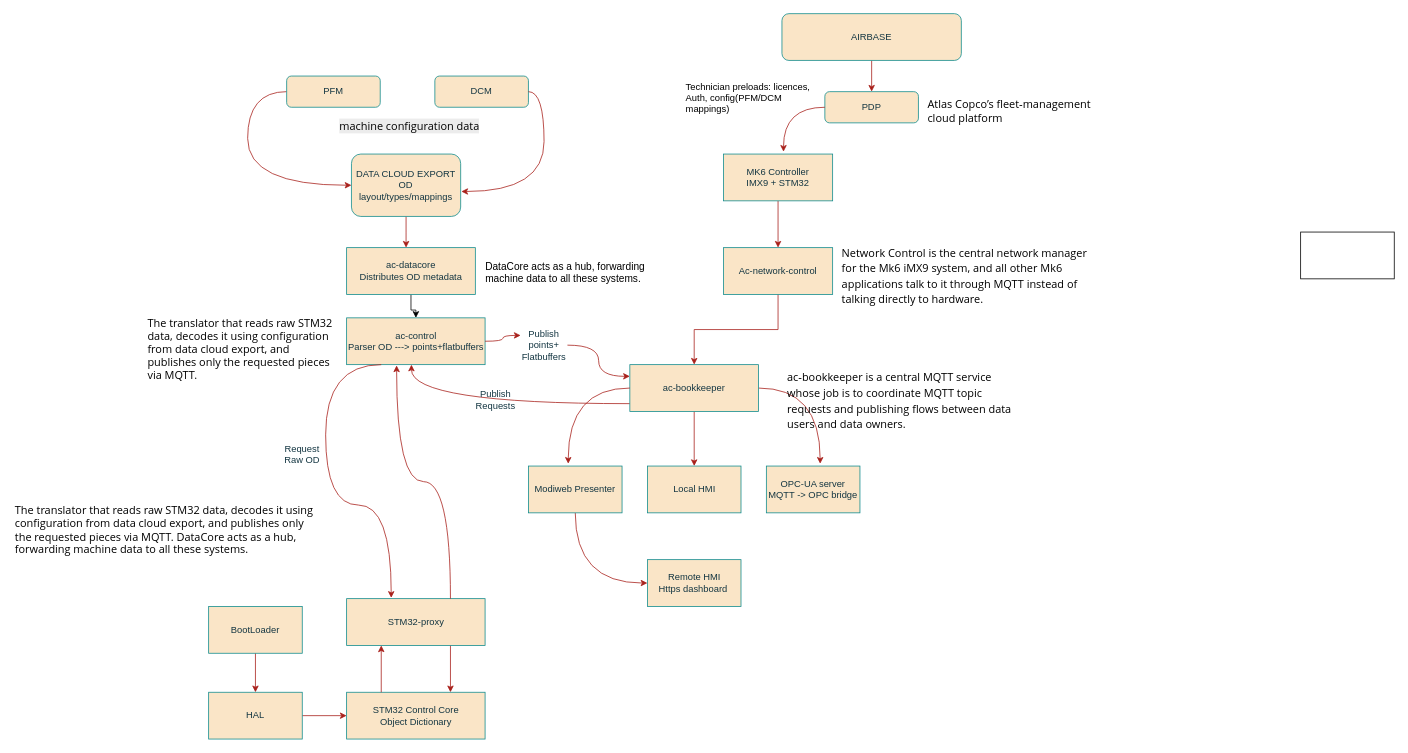
The draw.io diagram page "Page-13" (9 of 10) of Untitled Diagram.drawio in sreelakshmilingamgunta/Azure-Devops, before the edit. Source tidied: cells renumbered, new cells numbered last; positions are measured from the earlier drawing's top-left corner, leaving out a move shared by most shapes. Both pictures are drawn from the tidied source at 78%, with x=0, y=0 at pixel (13, 13).
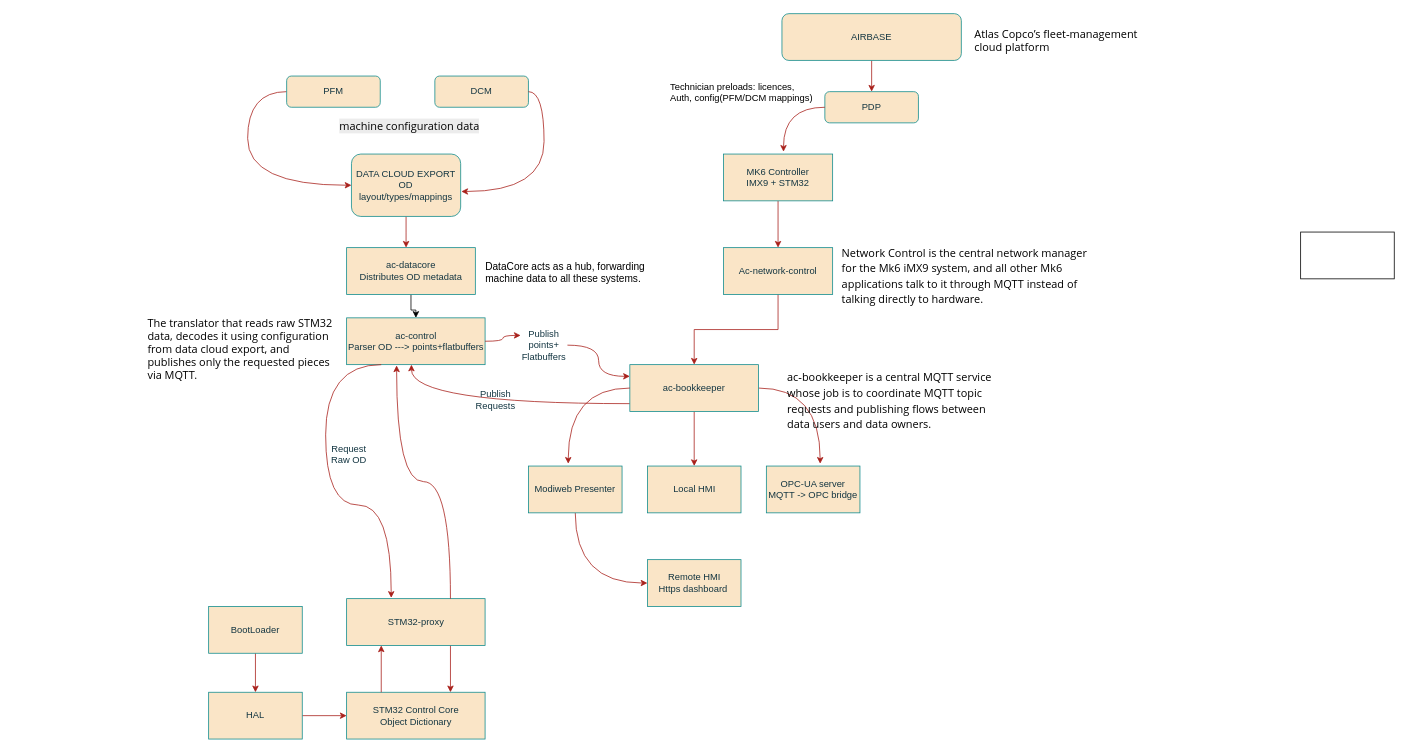
Above is the later version.

What changed in the source:
```diff
@@
     <mxCell id="39" value="Request Raw OD" style="text;html=1;whiteSpace=wrap;strokeColor=none;fillColor=none;align=center;verticalAlign=middle;rounded=0;labelBackgroundColor=none;fontColor=#143642;" parent="1" vertex="1">
-      <mxGeometry x="340" y="550" width="60" height="30" as="geometry" />
+      <mxGeometry x="400" y="550" width="60" height="30" as="geometry" />
     </mxCell>
@@
     <mxCell id="44" value="&lt;p&gt;&lt;font face=&quot;Segoe UI&quot;&gt;&lt;span style=&quot;font-size: 14px;&quot;&gt;Atlas Copco’s fleet‑management cloud platform&lt;/span&gt;&lt;/font&gt;&lt;/p&gt;" style="text;whiteSpace=wrap;html=1;" parent="1" vertex="1">
-      <mxGeometry x="1170" y="90" width="230" height="60" as="geometry" />
+      <mxGeometry x="1230" width="230" height="60" as="geometry" />
     </mxCell>
@@
     <mxCell id="46" value="Technician preloads: licences, Auth, config(PFM/DCM mappings) " style="text;whiteSpace=wrap;" parent="1" vertex="1">
-      <mxGeometry x="860" y="80" width="170" height="40" as="geometry" />
+      <mxGeometry x="840" y="80" width="190" height="70" as="geometry" />
     </mxCell>
@@
-    <mxCell id="50" value="&lt;div style=&quot;font-family:'Segoe UI';font-size:14px;font-style:normal;font-weight:400;line-height:20px&quot;&gt;ac‑bookkeeper is a central MQTT service whose job is to coordinate MQTT topic requests and publishing flows between data users and data owners.&lt;/div&gt;" style="text;whiteSpace=wrap;html=1;" parent="1" vertex="1">
-      <mxGeometry x="990" y="450" width="310" height="80" as="geometry" />
+    <mxCell id="50" value="&lt;div style=&quot;font-family:'Segoe UI';font-size:14px;font-style:normal;font-weight:400;line-height:20px&quot;&gt;ac‑bookkeeper is a central MQTT service whose job is to coordinate MQTT topic requests and publishing flows between data users and data owners.&amp;nbsp;&lt;/div&gt;" style="text;whiteSpace=wrap;html=1;" parent="1" vertex="1">
+      <mxGeometry x="990" y="450" width="270" height="80" as="geometry" />
     </mxCell>
@@
-    <mxCell id="52" value="&lt;p&gt;&lt;span style=&quot;font-family: &amp;quot;Segoe UI&amp;quot;; font-size: 14px;&quot;&gt;The translator that reads raw STM32 data, decodes it using configuration from data cloud export, and publishes only the requested pieces via MQTT.&amp;nbsp;&lt;/span&gt;&lt;span style=&quot;background-color: transparent; font-size: 14px;&quot;&gt;&lt;font face=&quot;Segoe UI&quot;&gt;DataCore acts as a hub, forwarding machine data to all these systems.&lt;/font&gt;&lt;/span&gt;&lt;span style=&quot;font-family: &amp;quot;Segoe UI&amp;quot;; font-size: 14px; background-color: transparent; color: light-dark(rgb(0, 0, 0), rgb(255, 255, 255));&quot;&gt;&amp;nbsp;&lt;/span&gt;&lt;/p&gt;" style="text;whiteSpace=wrap;html=1;" parent="1" vertex="1">
-      <mxGeometry y="610" width="390" height="80" as="geometry" />
-    </mxCell>
```
